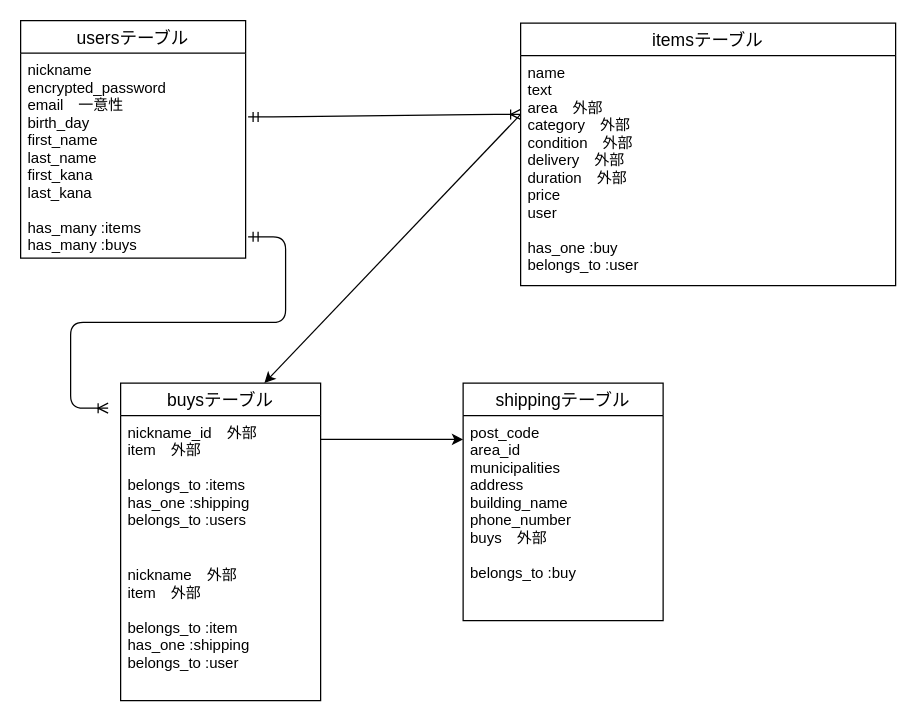
This is furima-38031.dio from wawazoe/furima-38031, a draw.io file, before an edit. Source tidied: cells renumbered, new cells numbered last; positions are measured from the earlier drawing's top-left corner, leaving out a move shared by most shapes. Both pictures are drawn from the tidied source at 125%, with x=0, y=0 at pixel (20, 20).
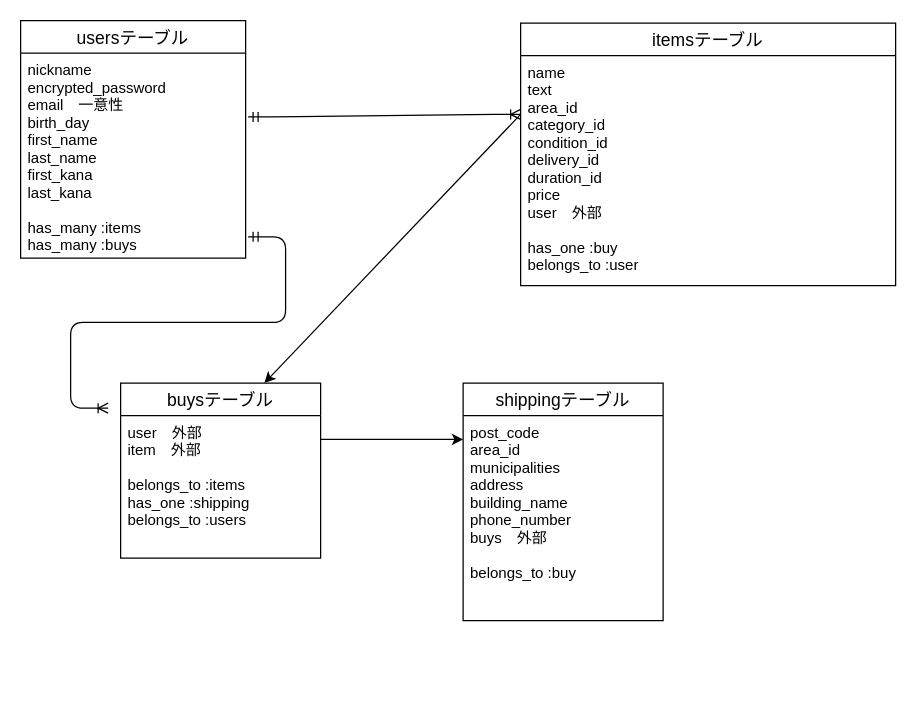
The same page after the edit.

The edit, as a diff of the source:
```diff
@@
 <mxGraphModel>
   <root>
     <mxCell id="0" />
     <mxCell id="1" parent="0" />
     <mxCell id="2" style="edgeStyle=none;html=1;exitX=1;exitY=0.5;exitDx=0;exitDy=0;entryX=0;entryY=0.5;entryDx=0;entryDy=0;" parent="1" edge="1">
       <mxGeometry relative="1" as="geometry">
         <mxPoint x="240" y="335" as="sourcePoint" />
         <mxPoint x="354" y="335" as="targetPoint" />
       </mxGeometry>
     </mxCell>
     <mxCell id="3" style="edgeStyle=none;html=1;exitX=0;exitY=0.5;exitDx=0;exitDy=0;entryX=0.75;entryY=0;entryDx=0;entryDy=0;" parent="1" edge="1">
       <mxGeometry relative="1" as="geometry">
         <mxPoint x="400" y="75" as="sourcePoint" />
         <mxPoint x="195" y="290" as="targetPoint" />
       </mxGeometry>
     </mxCell>
     <mxCell id="4" value="usersテーブル" style="swimlane;fontStyle=0;horizontal=1;startSize=26;align=center;fontSize=14;" parent="1" vertex="1">
       <mxGeometry width="180" height="190" as="geometry" />
     </mxCell>
     <mxCell id="5" value="nickname&#10;encrypted_password&#10;email　一意性&#10;birth_day&#10;first_name&#10;last_name&#10;first_kana&#10;last_kana&#10;&#10;has_many :items&#10;has_many :buys&#10;&#10;&#10;" style="text;strokeColor=none;fillColor=none;spacingLeft=4;spacingRight=4;overflow=hidden;points=[[0,0.5],[1,0.5]];portConstraint=eastwest;fontSize=12;" parent="4" vertex="1">
       <mxGeometry y="26" width="180" height="164" as="geometry" />
     </mxCell>
     <mxCell id="6" value="itemsテーブル" style="swimlane;fontStyle=0;horizontal=1;startSize=26;align=center;fontSize=14;" parent="1" vertex="1">
       <mxGeometry x="400" y="2" width="300" height="210" as="geometry" />
     </mxCell>
-    <mxCell id="7" value="name&#10;text&#10;area　外部&#10;category　外部&#10;condition　外部&#10;delivery　外部&#10;duration　外部&#10;price&#10;user&#10;&#10;has_one :buy&#10;belongs_to :user" style="text;strokeColor=none;fillColor=none;spacingLeft=4;spacingRight=4;overflow=hidden;fontSize=12;" parent="6" vertex="1">
+    <mxCell id="7" value="name&#10;text&#10;area_id　&#10;category_id　&#10;condition_id&#10;delivery_id&#10;duration_id&#10;price&#10;user　外部&#10;&#10;has_one :buy&#10;belongs_to :user" style="text;strokeColor=none;fillColor=none;spacingLeft=4;spacingRight=4;overflow=hidden;fontSize=12;" parent="6" vertex="1">
       <mxGeometry y="26" width="300" height="184" as="geometry" />
     </mxCell>
     <mxCell id="8" value="buysテーブル" style="swimlane;fontStyle=0;horizontal=1;startSize=26;align=center;fontSize=14;" parent="1" vertex="1">
-      <mxGeometry x="80" y="290" width="160" height="254" as="geometry" />
+      <mxGeometry x="80" y="290" width="160" height="140" as="geometry" />
     </mxCell>
-    <mxCell id="9" value="nickname_id　外部&#10;item　外部&#10;&#10;belongs_to :items&#10;has_one :shipping&#10;belongs_to :users" style="text;strokeColor=none;fillColor=none;spacingLeft=4;spacingRight=4;overflow=hidden;fontSize=12;" parent="8" vertex="1">
+    <mxCell id="9" value="user　外部&#10;item　外部&#10;&#10;belongs_to :items&#10;has_one :shipping&#10;belongs_to :users" style="text;strokeColor=none;fillColor=none;spacingLeft=4;spacingRight=4;overflow=hidden;fontSize=12;" parent="8" vertex="1">
       <mxGeometry y="26" width="160" height="114" as="geometry" />
     </mxCell>
-    <mxCell id="10" value="nickname　外部&#10;item　外部&#10;&#10;belongs_to :item&#10;has_one :shipping&#10;belongs_to :user" style="text;strokeColor=none;fillColor=none;spacingLeft=4;spacingRight=4;overflow=hidden;fontSize=12;" parent="8" vertex="1">
-      <mxGeometry y="140" width="160" height="114" as="geometry" />
-    </mxCell>
     <mxCell id="11" value="shippingテーブル" style="swimlane;fontStyle=0;horizontal=1;startSize=26;align=center;fontSize=14;" parent="1" vertex="1">
       <mxGeometry x="354" y="290" width="160" height="190" as="geometry" />
     </mxCell>
     <mxCell id="12" value="post_code&#10;area_id&#10;municipalities&#10;address&#10;building_name&#10;phone_number&#10;buys　外部&#10;&#10;belongs_to :buy&#10;" style="text;strokeColor=none;fillColor=none;spacingLeft=4;spacingRight=4;overflow=hidden;fontSize=12;" parent="11" vertex="1">
       <mxGeometry y="26" width="160" height="164" as="geometry" />
     </mxCell>
     <mxCell id="13" style="edgeStyle=entityRelationEdgeStyle;fontSize=12;html=1;endArrow=ERoneToMany;startArrow=ERmandOne;exitX=1.011;exitY=0.896;exitDx=0;exitDy=0;exitPerimeter=0;" parent="1" edge="1" source="5">
       <mxGeometry relative="1" as="geometry">
         <mxPoint x="70" y="310" as="targetPoint" />
       </mxGeometry>
     </mxCell>
     <mxCell id="14" style="edgeStyle=entityRelationEdgeStyle;fontSize=12;html=1;endArrow=ERoneToMany;startArrow=ERmandOne;exitX=1.011;exitY=0.311;exitDx=0;exitDy=0;exitPerimeter=0;" parent="1" edge="1" source="5">
       <mxGeometry relative="1" as="geometry">
         <mxPoint x="400" y="75" as="targetPoint" />
       </mxGeometry>
     </mxCell>
   </root>
 </mxGraphModel>
```
